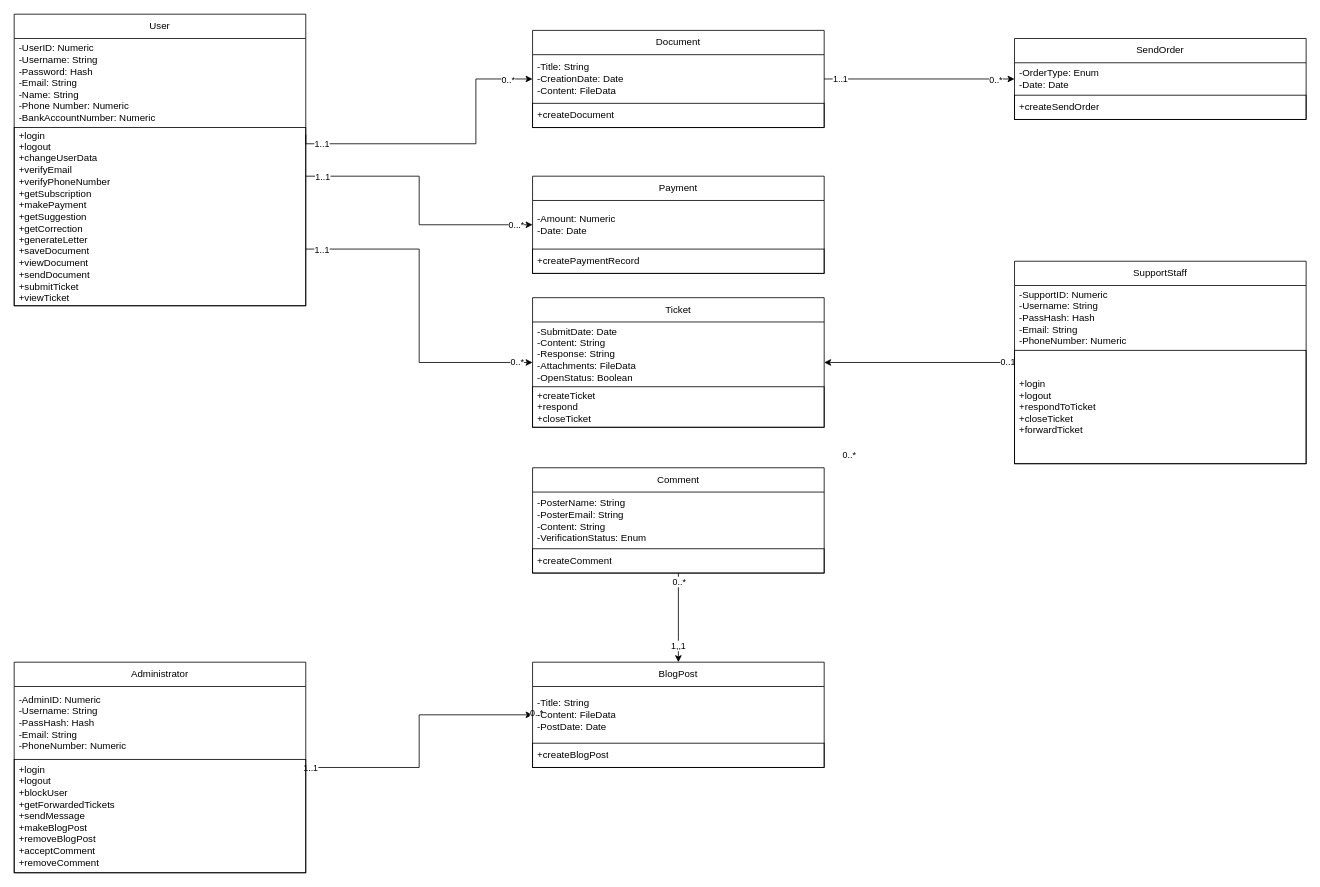
The draw.io diagram class-diagram/class-diagram.drawio in arsalanyavari/software-lab, before the edit. Source tidied: cells renumbered, new cells numbered last; positions are measured from the earlier drawing's top-left corner, leaving out a move shared by most shapes. Both pictures are drawn from the tidied source at 81%, with x=0, y=0 at pixel (14, 14).
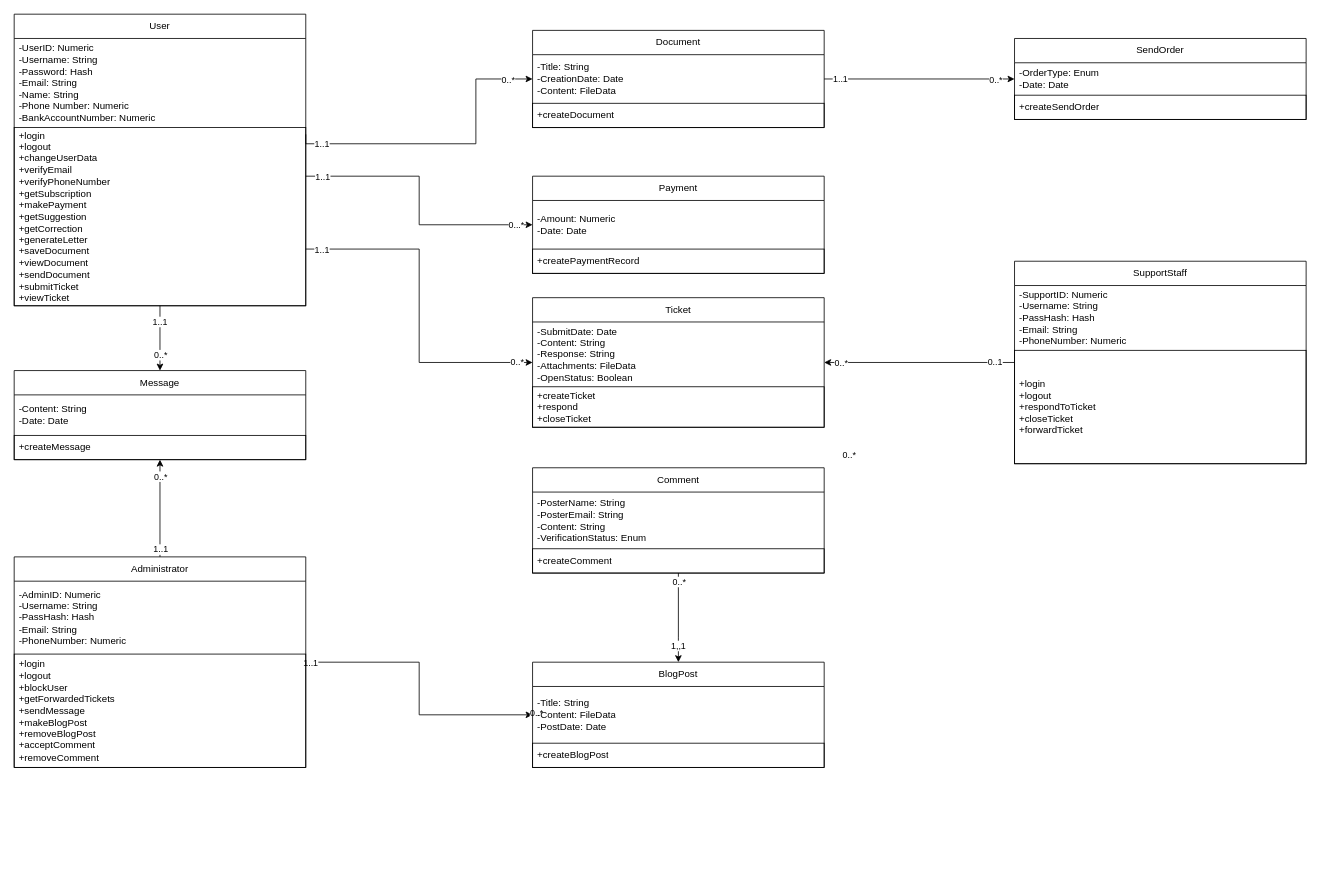
Above is the later version.

The change refers to these unchanged cells:
```xml
<mxCell id="4" value="User" style="swimlane;fontStyle=0;horizontal=1;startSize=30;whiteSpace=wrap;html=1;rounded=0;glass=0;sketch=0;swimlaneLine=1;" parent="1" vertex="1">
  <mxGeometry width="360" height="360" as="geometry" />
</mxCell>
<mxCell id="18" value="&lt;div&gt;Ticket&lt;/div&gt;" style="swimlane;fontStyle=0;horizontal=1;startSize=30;whiteSpace=wrap;html=1;rounded=0;glass=0;sketch=0;swimlaneLine=1;" parent="1" vertex="1">
  <mxGeometry x="640" y="350" width="360" height="160" as="geometry" />
</mxCell>
<mxCell id="40" value="SupportStaff" style="swimlane;fontStyle=0;horizontal=1;startSize=30;whiteSpace=wrap;html=1;rounded=0;glass=0;sketch=0;swimlaneLine=1;" parent="1" vertex="1">
  <mxGeometry x="1235" y="305" width="360" height="250" as="geometry" />
</mxCell>
```

Diff of the diagram source:
```diff
@@
+    <mxCell id="46" value="1..1" style="edgeStyle=orthogonalEdgeStyle;rounded=0;jettySize=auto;html=1;" parent="1" edge="1" source="4" target="52">
+      <mxGeometry x="-0.5" relative="1" as="geometry" />
+    </mxCell>
+    <mxCell id="47" value="0..*" style="edgeLabel;html=1;align=center;verticalAlign=middle;" parent="46" vertex="1">
+      <mxGeometry x="0.23" y="-1" relative="1" as="geometry">
+        <mxPoint x="1" y="11" as="offset" />
+      </mxGeometry>
+    </mxCell>
@@
+    <mxCell id="48" style="edgeStyle=orthogonalEdgeStyle;rounded=0;jettySize=auto;html=1;" parent="1" edge="1" source="27" target="52">
+      <mxGeometry relative="1" as="geometry" />
+    </mxCell>
+    <mxCell id="49" value="0..*" style="edgeLabel;html=1;align=center;verticalAlign=middle;" parent="48" vertex="1">
+      <mxGeometry x="0.75" y="-4" relative="1" as="geometry">
+        <mxPoint x="-4" y="5" as="offset" />
+      </mxGeometry>
+    </mxCell>
+    <mxCell id="50" value="1..1" style="edgeLabel;html=1;align=center;verticalAlign=middle;" parent="48" vertex="1">
+      <mxGeometry x="-0.65" relative="1" as="geometry">
+        <mxPoint y="11" as="offset" />
+      </mxGeometry>
+    </mxCell>
     <mxCell id="27" value="Administrator" style="swimlane;fontStyle=0;horizontal=1;startSize=30;whiteSpace=wrap;html=1;rounded=0;glass=0;sketch=0;swimlaneLine=1;" parent="1" vertex="1">
-      <mxGeometry y="800" width="360" height="260" as="geometry" />
+      <mxGeometry y="670" width="360" height="260" as="geometry" />
     </mxCell>
@@
     <mxCell id="38" value="0..1" style="edgeStyle=orthogonalEdgeStyle;rounded=0;jettySize=auto;html=1;startArrow=none;startFill=0;" parent="1" edge="1" source="40" target="18">
-      <mxGeometry x="-0.93" relative="1" as="geometry" />
+      <mxGeometry x="-0.79" relative="1" as="geometry">
+        <mxPoint x="1" as="offset" />
+      </mxGeometry>
     </mxCell>
@@
+    <mxCell id="51" value="0..*" style="edgeLabel;html=1;align=center;verticalAlign=middle;" parent="38" vertex="1">
+      <mxGeometry x="0.16" y="5" relative="1" as="geometry">
+        <mxPoint x="-79" y="-5" as="offset" />
+      </mxGeometry>
+    </mxCell>
@@
+    <mxCell id="52" value="Message" style="swimlane;fontStyle=0;horizontal=1;startSize=30;whiteSpace=wrap;html=1;rounded=0;glass=0;sketch=0;swimlaneLine=1;" parent="1" vertex="1">
+      <mxGeometry y="440" width="360" height="110" as="geometry" />
+    </mxCell>
+    <mxCell id="53" value="-Content: String&lt;br&gt;-Date: Date" style="text;strokeColor=none;fillColor=none;align=left;verticalAlign=middle;spacingLeft=4;spacingRight=4;overflow=hidden;whiteSpace=wrap;html=1;rounded=0;glass=0;sketch=0;" parent="52" vertex="1">
+      <mxGeometry y="30" width="360" height="50" as="geometry" />
+    </mxCell>
+    <mxCell id="54" value="+createMessage" style="text;strokeColor=default;fillColor=none;align=left;verticalAlign=middle;spacingLeft=4;spacingRight=4;overflow=hidden;whiteSpace=wrap;html=1;rounded=0;glass=0;sketch=0;" parent="52" vertex="1">
+      <mxGeometry y="80" width="360" height="30" as="geometry" />
+    </mxCell>
```
